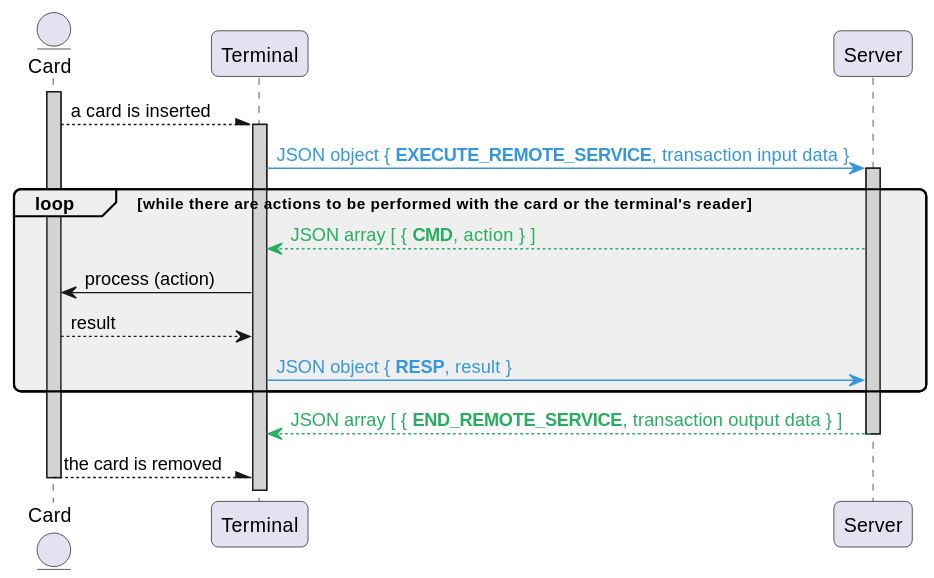
This is static/media/learn/user-guide/distributed-json-api/distributedJsonApi_messagingFlow.svg from eclipse-keyple/keyple-website, a PlantUML export, as it was before one commit.
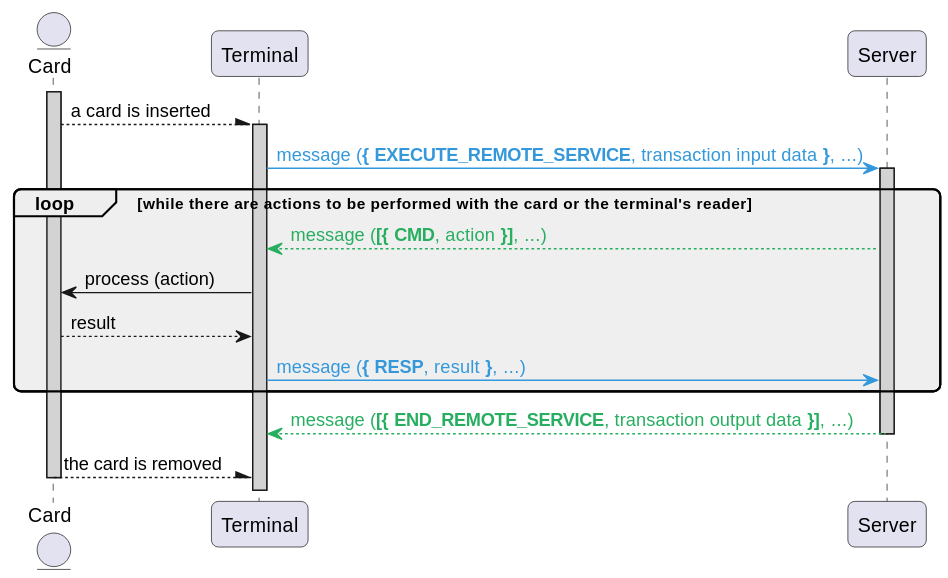
Above is the later version.

The edit, as a diff of the source:
```diff
@@ -11,18 +11,18 @@
 card --\ client : a card is inserted
 
 activate client #LightGrey
-client -[#3498DB]> server : <color: #3498DB>JSON object { **EXECUTE_REMOTE_SERVICE**, transaction input data }
+client -[#3498DB]> server : <color: #3498DB>message (**{** **EXECUTE_REMOTE_SERVICE**, transaction input data **}**, ...)
 
 activate server #LightGrey
 
 loop #EFEFEF while there are actions to be performed with the card or the terminal's reader
-    server -[#27AE60]-> client : <color:#27AE60>JSON array [ { **CMD**, action } ]
+    server -[#27AE60]-> client : <color:#27AE60>message (**[{** **CMD**, action **}]**, ...)
     client -> card : process (action)
     card --> client : result
-    client -[#3498DB]> server : <color: #3498DB>JSON object { **RESP**, result }
+    client -[#3498DB]> server : <color: #3498DB>message (**{** **RESP**, result **}**, ...)
 end
 
-server -[#27AE60]-> client : <color:#27AE60>JSON array [ { **END_REMOTE_SERVICE**, transaction output data } ]
+server -[#27AE60]-> client : <color:#27AE60>message (**[{** **END_REMOTE_SERVICE**, transaction output data **}]**, ...)
 deactivate server
 
 card --\ client : the card is removed
```
